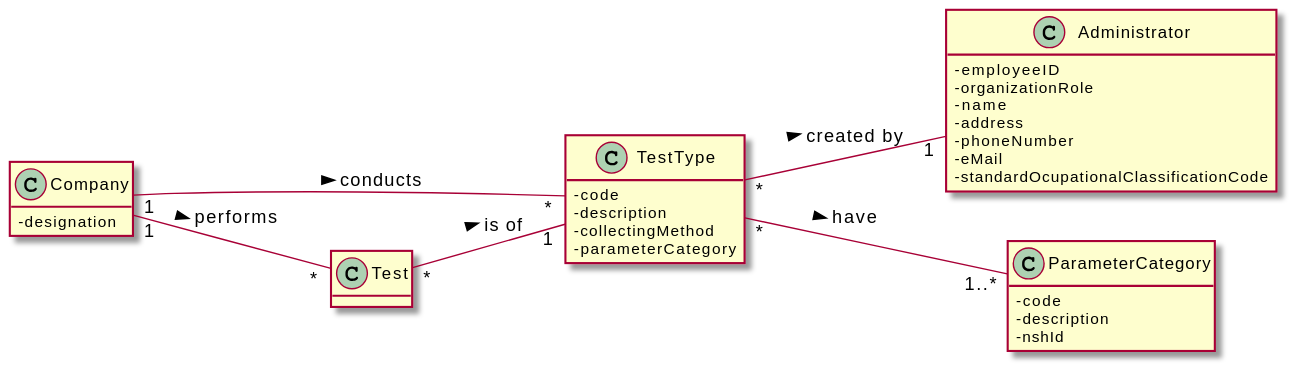
RuiRioPina/LAPR2-20-21 keeps this PlantUML diagram as docs/SprintB/US_9/UC9_MD.svg. Above is the earlier version.
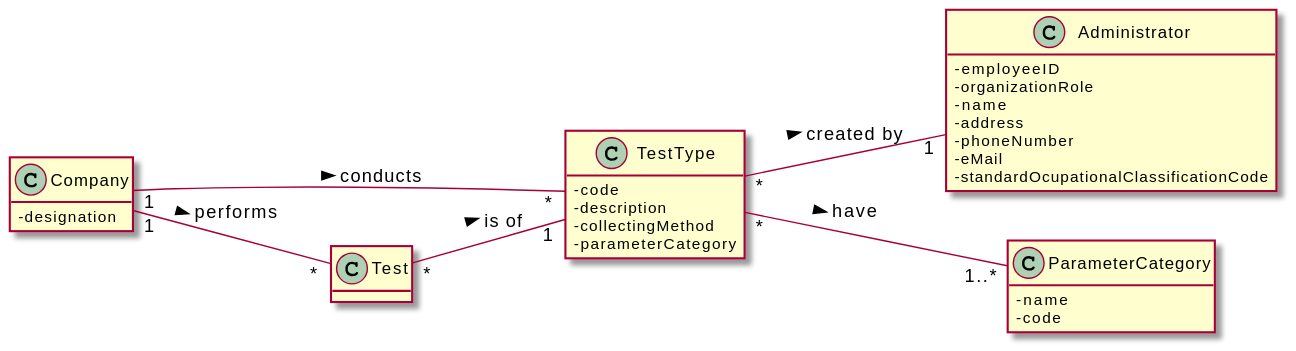
After the change.

The edit, as a diff of the source:
```diff
@@ -28,9 +28,8 @@
 }
 
 class ParameterCategory {
+  -name
   -code
-  -description
-  -nshId
 }
 Company "1" -- "*" TestType : conducts >
 Test "*" -- "1" TestType : is of >
```
